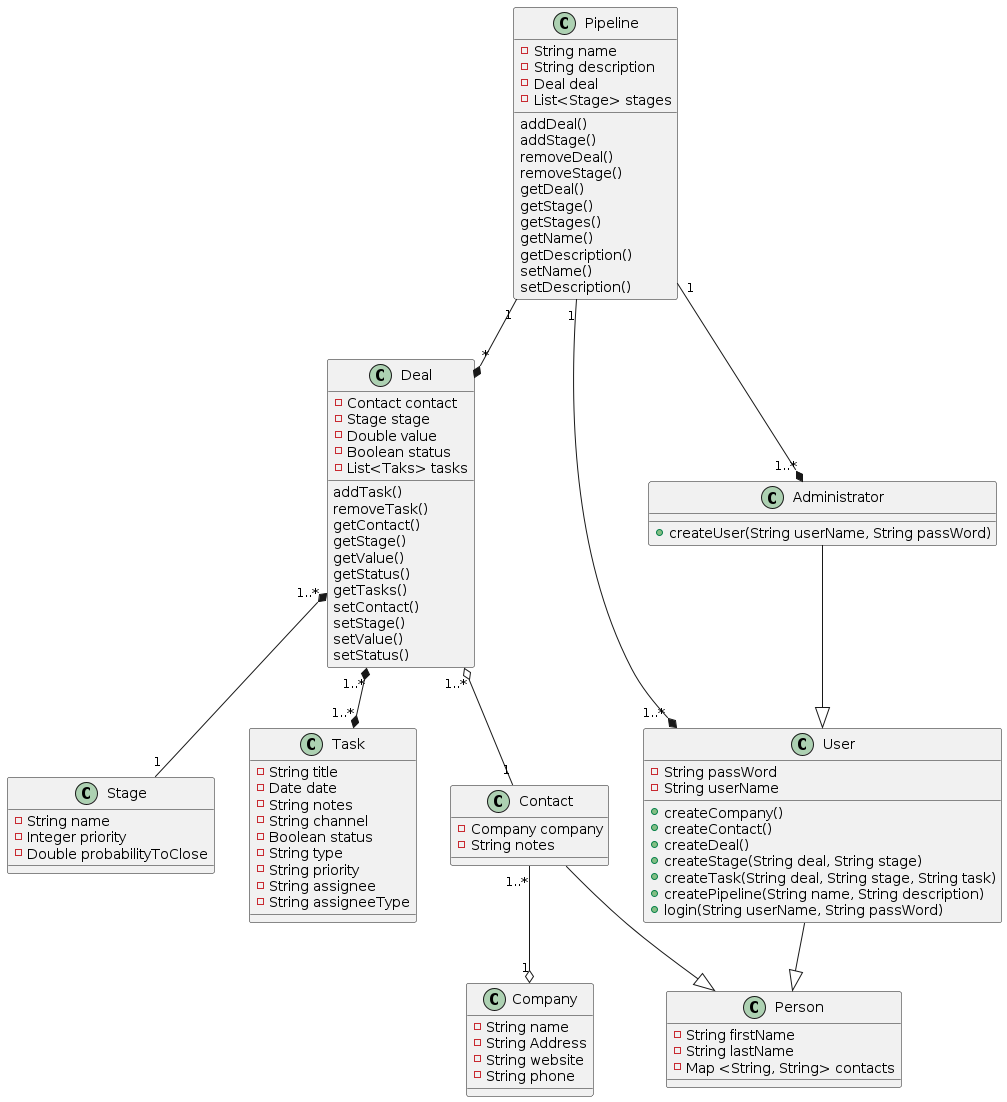
Earlier version of the PlantUML export out/planning/uml/crm33/CRM33.png (igormedeiros/crm33).
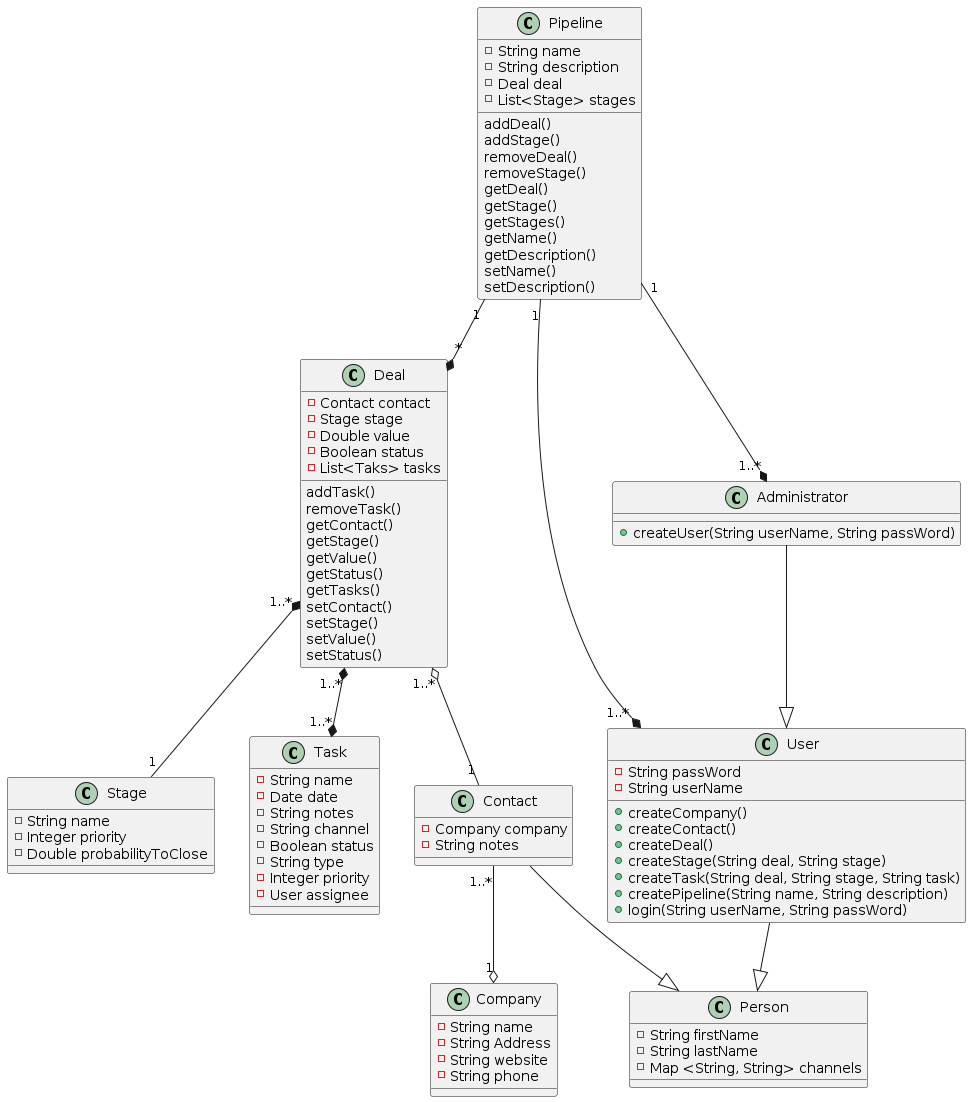
After the change.

What changed in the source:
```diff
@@ -44,29 +44,26 @@
 
 class Stage{
   -String name
-  - Integer priority
+  -Integer priority
   -Double probabilityToClose
 }
 
 class Task{
-  -String title
+  -String name
   -Date date
   -String notes
   -String channel
   -Boolean status
   -String type
-  -String priority
-  -String assignee
-  -String assigneeType
+  -Integer priority
+  -User assignee
+
 }
-
-
 
 class Person{
   -String firstName
   -String lastName
-  -Map <String, String> contacts
-
+  -Map <String, String> channels
 }
 
 
```
